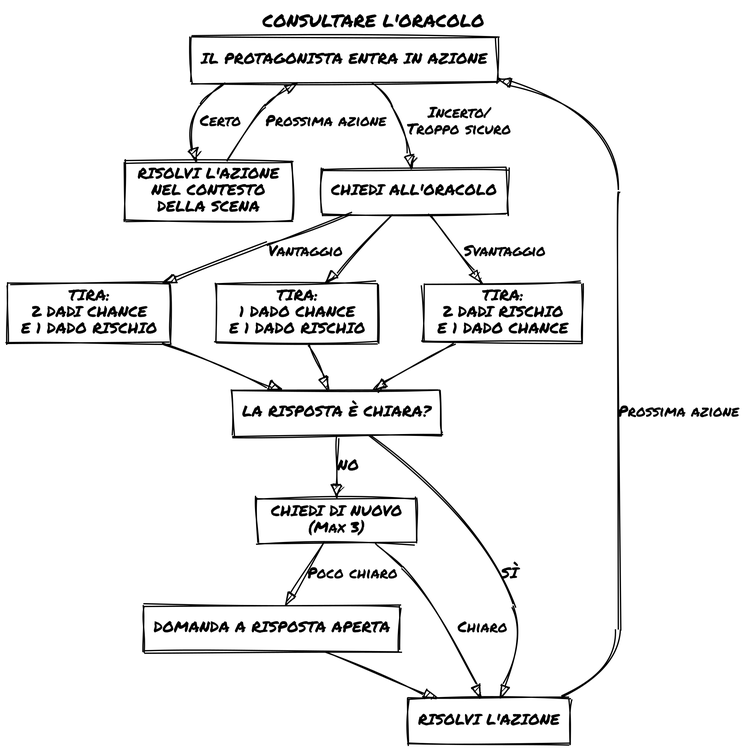
Above: it/diagrammi/consultare_oracolo.png in zeruhur/loner (Graphviz), before the change. Its source is kept beside it as it/diagrammi/consultare_oracolo.dot.
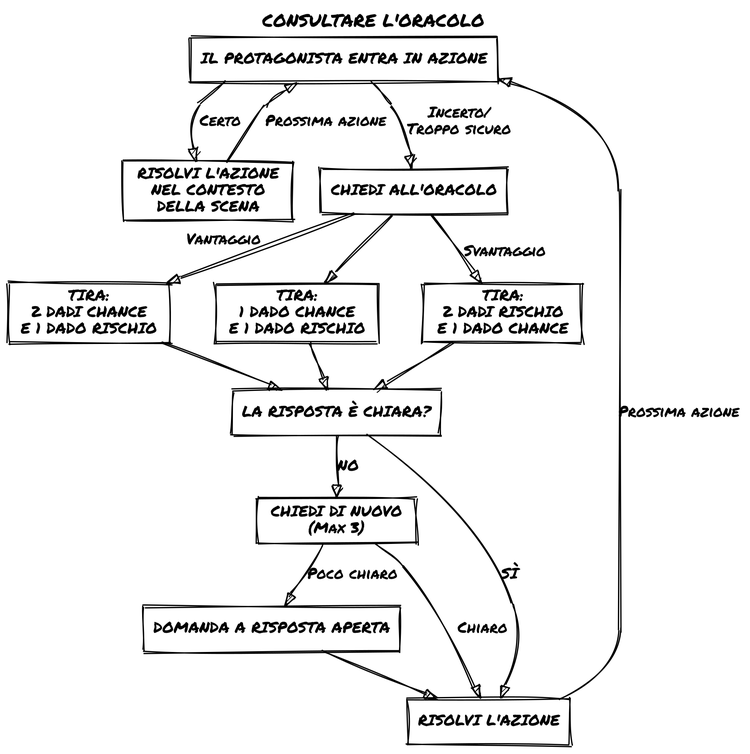
The same diagram one commit later.

The edit, as a diff of the source:
```diff
@@ -20,7 +20,7 @@
     id1 -> id2 [label = "Certo"] ;
     id2 -> id1 [label = "Prossima azione"];
     id1 -> id3 [label = "Incerto/\n Troppo sicuro"];
-    id3 -> id4 [label = "Vantaggio"];
+    id3 -> id4 [xlabel = "Vantaggio"];
     {rank=same;id4 -> id6 -> id5 [style="invis"]};
     id3 -> id6;
     id3 -> id5 [label = "Svantaggio"];
```
